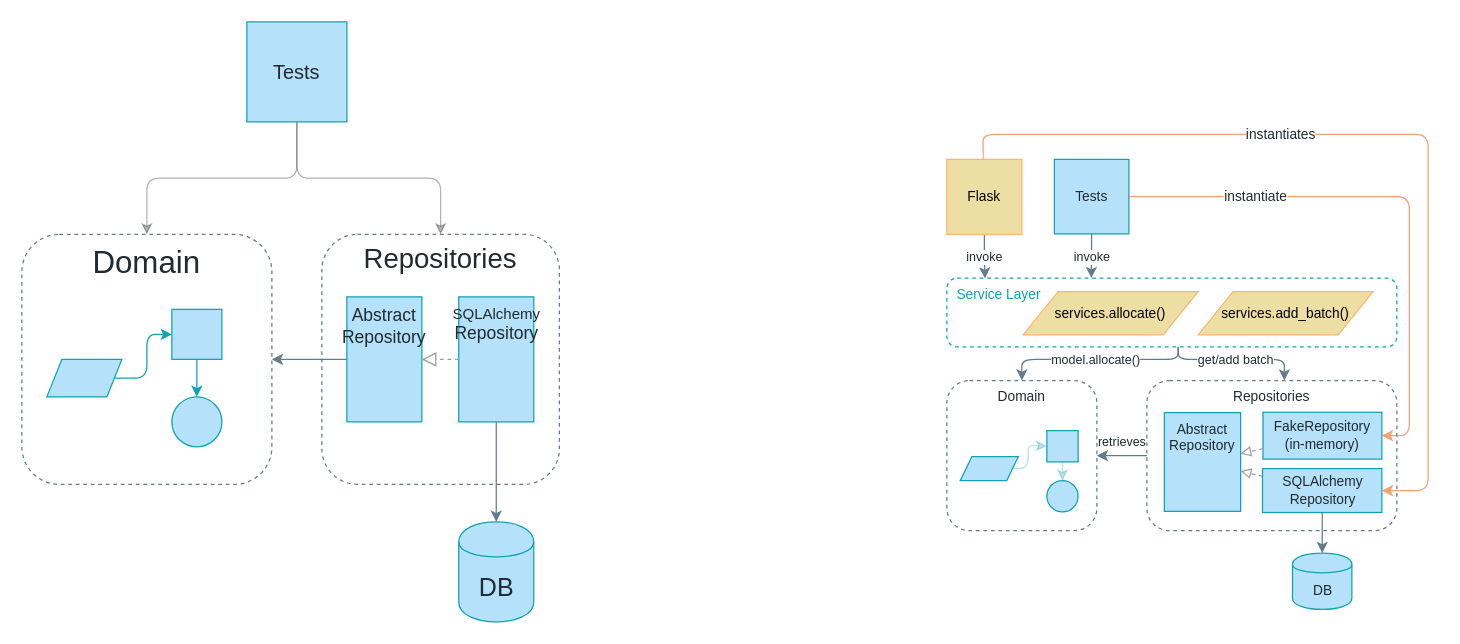
Earlier version of the draw.io diagram page "Chapter 4" (3 of 11) of maps.drawio (cosmicpython/book). Source tidied: cells renumbered, new cells numbered last; positions are measured from the earlier drawing's top-left corner, leaving out a move shared by most shapes. Both pictures are drawn from the tidied source at 125%, with x=0, y=0 at pixel (21, 21).
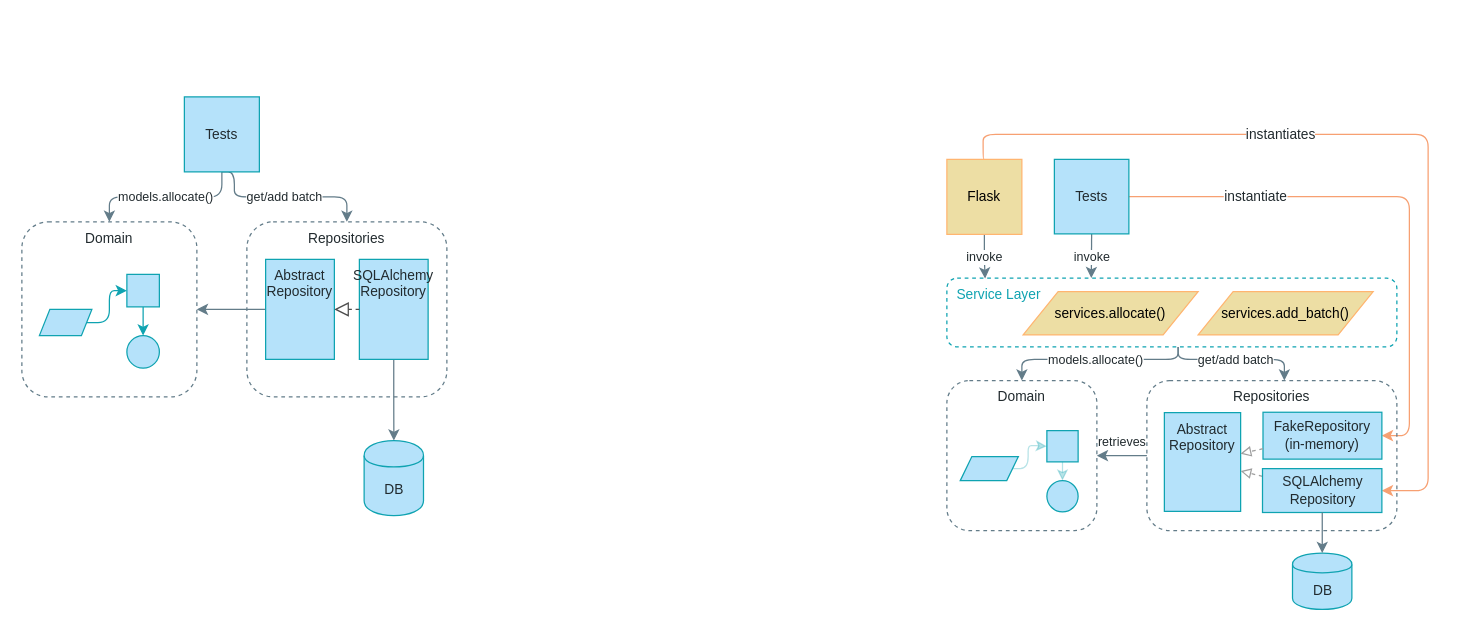
Above is the later version.

Unchanged cells that the change refers to:
```xml
<mxCell id="15" value="&amp;nbsp; Service Layer" style="rounded=1;whiteSpace=wrap;html=1;fontFamily=Guardian Sans Cond Light;verticalAlign=top;fontSize=11;fontColor=#0FA3B1;fillColor=none;strokeColor=#0FA3B1;fontStyle=0;dashed=1;align=left;" parent="1" vertex="1">
  <mxGeometry x="740" y="205" width="360" height="55" as="geometry" />
</mxCell>
<mxCell id="34" value="&lt;font style=&quot;font-size: 11px;&quot;&gt;Domain&lt;br style=&quot;font-size: 11px;&quot;&gt;&lt;/font&gt;" style="rounded=1;whiteSpace=wrap;html=1;fontFamily=Guardian Sans Cond Light;verticalAlign=top;fontSize=11;fontColor=#212A2E;fillColor=none;strokeColor=#637C89;dashed=1;" parent="33" vertex="1">
  <mxGeometry width="120" height="120" as="geometry" />
</mxCell>
```

What changed in the source:
```diff
@@
-    <mxCell id="3" style="edgeStyle=orthogonalEdgeStyle;rounded=1;jumpStyle=arc;jettySize=auto;html=1;fontSize=18;fontColor=#0FA3B1;opacity=30;entryX=0.5;entryY=0;entryDx=0;entryDy=0;" parent="1" edge="1" source="5" target="26">
-      <mxGeometry relative="1" as="geometry" />
+    <mxCell id="3" value="models.allocate()" style="edgeStyle=orthogonalEdgeStyle;rounded=1;jumpStyle=arc;jettySize=auto;html=1;fontSize=10;fontColor=#212A2E;entryX=0.5;entryY=0;entryDx=0;entryDy=0;fontFamily=Guardian Sans Cond Light;strokeColor=#637C89;fillColor=#B5E2FA;exitX=0.5;exitY=1;exitDx=0;exitDy=0;" parent="1" edge="1" source="5" target="26">
+      <mxGeometry relative="1" as="geometry">
+        <Array as="points">
+          <mxPoint x="160" y="140" />
+          <mxPoint x="70" y="140" />
+        </Array>
+      </mxGeometry>
     </mxCell>
-    <mxCell id="4" style="edgeStyle=orthogonalEdgeStyle;rounded=1;jumpStyle=arc;jettySize=auto;html=1;fontSize=18;fontColor=#0FA3B1;opacity=30;entryX=0.5;entryY=0;entryDx=0;entryDy=0;" parent="1" edge="1" source="5" target="19">
-      <mxGeometry relative="1" as="geometry" />
+    <mxCell id="4" value="get/add batch" style="edgeStyle=orthogonalEdgeStyle;rounded=1;jumpStyle=arc;jettySize=auto;html=1;fontSize=10;fontColor=#212A2E;entryX=0.5;entryY=0;entryDx=0;entryDy=0;fontFamily=Guardian Sans Cond Light;strokeColor=#637C89;fillColor=#B5E2FA;exitX=0.5;exitY=1;exitDx=0;exitDy=0;" parent="1" edge="1" source="5" target="19">
+      <mxGeometry relative="1" as="geometry">
+        <Array as="points">
+          <mxPoint x="170" y="140" />
+          <mxPoint x="260" y="140" />
+        </Array>
+      </mxGeometry>
     </mxCell>
-    <mxCell id="5" value="Tests" style="whiteSpace=wrap;html=1;strokeColor=#0FA3B1;fillColor=#B5E2FA;gradientColor=none;fontFamily=Guardian Sans Cond Light;fontSize=16;fontColor=#212A2E;" parent="1" vertex="1">
-      <mxGeometry x="180" width="80" height="80" as="geometry" />
+    <mxCell id="5" value="Tests" style="whiteSpace=wrap;html=1;strokeColor=#0FA3B1;fillColor=#B5E2FA;gradientColor=none;fontFamily=Guardian Sans Cond Light;fontSize=11;fontColor=#212A2E;" parent="1" vertex="1">
+      <mxGeometry x="130" y="60" width="60" height="60" as="geometry" />
     </mxCell>
@@
-    <mxCell id="13" value="model.allocate()" style="edgeStyle=orthogonalEdgeStyle;rounded=1;jumpStyle=arc;jettySize=auto;html=1;fontSize=10;entryX=0.5;entryY=0;entryDx=0;entryDy=0;fontFamily=Guardian Sans Cond Light;fontColor=#212A2E;strokeColor=#637C89;fillColor=#B5E2FA;" parent="1" edge="1" source="15" target="34">
+    <mxCell id="13" value="models.allocate()" style="edgeStyle=orthogonalEdgeStyle;rounded=1;jumpStyle=arc;jettySize=auto;html=1;fontSize=10;entryX=0.5;entryY=0;entryDx=0;entryDy=0;fontFamily=Guardian Sans Cond Light;fontColor=#212A2E;strokeColor=#637C89;fillColor=#B5E2FA;" parent="1" edge="1" source="15" target="34">
       <mxGeometry relative="1" as="geometry">
         <Array as="points">
           <mxPoint x="925" y="270" />
           <mxPoint x="800" y="270" />
         </Array>
       </mxGeometry>
     </mxCell>
@@
-    <mxCell id="18" style="edgeStyle=orthogonalEdgeStyle;jettySize=auto;html=1;strokeColor=#637C89;fillColor=#B5E2FA;fontFamily=Guardian Sans Cond Light;fontSize=12;fontColor=#212A2E;" parent="1" edge="1" source="20" target="26">
+    <mxCell id="18" style="edgeStyle=orthogonalEdgeStyle;jettySize=auto;html=1;strokeColor=#637C89;fillColor=#B5E2FA;fontFamily=Guardian Sans Cond Light;fontSize=11;fontColor=#212A2E;" parent="1" edge="1" source="20" target="26">
       <mxGeometry relative="1" as="geometry" />
     </mxCell>
-    <mxCell id="19" value="&lt;font style=&quot;font-size: 22px;&quot; color=&quot;#212A2E&quot;&gt;Repositories&lt;/font&gt;" style="whiteSpace=wrap;html=1;strokeColor=#637C89;fillColor=none;gradientColor=none;fontFamily=Guardian Sans Cond Light;fontSize=22;fontColor=#000000;verticalAlign=top;rounded=1;dashed=1;" parent="1" vertex="1">
-      <mxGeometry x="240" y="170" width="190" height="200" as="geometry" />
-    </mxCell>
-    <mxCell id="20" value="&lt;font style=&quot;font-size: 14px;&quot; color=&quot;#212A2E&quot;&gt;Abstract Repository&lt;br style=&quot;font-size: 14px;&quot;&gt;&lt;/font&gt;" style="whiteSpace=wrap;html=1;strokeColor=#0FA3B1;fillColor=#B5E2FA;gradientColor=none;fontFamily=Guardian Sans Cond Light;fontSize=14;fontColor=#212A2E;verticalAlign=top;" parent="1" vertex="1">
-      <mxGeometry x="260" y="220" width="60" height="100" as="geometry" />
-    </mxCell>
-    <mxCell id="21" style="edgeStyle=orthogonalEdgeStyle;rounded=1;jettySize=auto;html=1;exitX=0.5;exitY=1;exitDx=0;exitDy=0;fontFamily=Guardian Sans Cond Light;fontSize=12;strokeColor=#637C89;fontColor=#212A2E;fillColor=#B5E2FA;" parent="1" edge="1" source="22" target="24">
+    <mxCell id="21" style="edgeStyle=orthogonalEdgeStyle;rounded=1;jettySize=auto;html=1;fontFamily=Guardian Sans Cond Light;fontSize=11;strokeColor=#637C89;fontColor=#212A2E;fillColor=#B5E2FA;" parent="1" edge="1" source="22" target="24">
       <mxGeometry relative="1" as="geometry" />
     </mxCell>
-    <mxCell id="22" value="SQLAlchemy&lt;br style=&quot;font-size: 12px&quot;&gt;&lt;font style=&quot;font-size: 14px&quot;&gt;Repository&lt;/font&gt;" style="whiteSpace=wrap;html=1;strokeColor=#0FA3B1;fillColor=#B5E2FA;gradientColor=none;fontFamily=Guardian Sans Cond Light;fontSize=12;fontColor=#212A2E;verticalAlign=top;" parent="1" vertex="1">
-      <mxGeometry x="349.5" y="220" width="60" height="100" as="geometry" />
-    </mxCell>
-    <mxCell id="23" value="&lt;div&gt;&lt;br&gt;&lt;/div&gt;" style="endArrow=block;dashed=1;endFill=0;endSize=9;html=1;strokeColor=#9E9E9E;fillColor=#B5E2FA;fontFamily=Guardian Sans Cond Light;fontSize=12;fontColor=#212A2E;startSize=4;entryX=1;entryY=0.5;entryDx=0;entryDy=0;exitX=0;exitY=0.5;exitDx=0;exitDy=0;labelPosition=center;verticalLabelPosition=top;align=center;verticalAlign=bottom;spacingBottom=5;" parent="1" edge="1" source="22" target="20">
-      <mxGeometry relative="1" as="geometry" />
-    </mxCell>
-    <mxCell id="24" value="DB" style="shape=cylinder;whiteSpace=wrap;html=1;boundedLbl=1;backgroundOutline=1;strokeColor=#0FA3B1;fillColor=#B5E2FA;fontSize=20;fontColor=#212A2E;gradientColor=none;fontFamily=Guardian Sans Cond Light;" parent="1" vertex="1">
-      <mxGeometry x="349.5" y="400" width="60" height="80" as="geometry" />
+    <mxCell id="24" value="DB" style="shape=cylinder;whiteSpace=wrap;html=1;boundedLbl=1;backgroundOutline=1;strokeColor=#0FA3B1;fillColor=#B5E2FA;fontSize=11;fontColor=#212A2E;gradientColor=none;fontFamily=Guardian Sans Cond Light;" parent="1" vertex="1">
+      <mxGeometry x="273.8" y="335" width="47.5" height="60" as="geometry" />
     </mxCell>
-    <mxCell id="25" style="group;" parent="1" vertex="1">
-      <mxGeometry y="170" width="200" height="200" as="geometry" />
+    <mxCell id="25" style="group;fontSize=11;" parent="1" vertex="1">
+      <mxGeometry y="160" width="140" height="140" as="geometry" />
     </mxCell>
-    <mxCell id="26" value="Domain" style="rounded=1;whiteSpace=wrap;html=1;fontFamily=Guardian Sans Cond Light;verticalAlign=top;fontSize=25;fontColor=#212A2E;fillColor=none;strokeColor=#637C89;dashed=1;" parent="25" vertex="1">
-      <mxGeometry width="200" height="200" as="geometry" />
+    <mxCell id="26" value="Domain" style="rounded=1;whiteSpace=wrap;html=1;fontFamily=Guardian Sans Cond Light;verticalAlign=top;fontSize=11;fontColor=#212A2E;fillColor=none;strokeColor=#637C89;dashed=1;" parent="25" vertex="1">
+      <mxGeometry width="140" height="140" as="geometry" />
     </mxCell>
-    <mxCell id="27" style="whiteSpace=wrap;html=1;fontSize=22;strokeColor=#0FA3B1;fillColor=#B5E2FA;fontFamily=Guardian Sans Cond Light;" parent="25" vertex="1">
-      <mxGeometry x="120" y="60" width="40" height="40" as="geometry" />
+    <mxCell id="27" style="whiteSpace=wrap;html=1;fontSize=11;strokeColor=#0FA3B1;fillColor=#B5E2FA;fontFamily=Guardian Sans Cond Light;" parent="25" vertex="1">
+      <mxGeometry x="84" y="42" width="26" height="26" as="geometry" />
     </mxCell>
-    <mxCell id="28" style="ellipse;whiteSpace=wrap;html=1;fontSize=20;strokeColor=#0FA3B1;fillColor=#B5E2FA;fontFamily=Guardian Sans Cond Light;" parent="25" vertex="1">
-      <mxGeometry x="120" y="130" width="40" height="40" as="geometry" />
+    <mxCell id="28" style="ellipse;whiteSpace=wrap;html=1;fontSize=11;strokeColor=#0FA3B1;fillColor=#B5E2FA;fontFamily=Guardian Sans Cond Light;" parent="25" vertex="1">
+      <mxGeometry x="84" y="91" width="26" height="26" as="geometry" />
     </mxCell>
-    <mxCell id="29" style="edgeStyle=orthogonalEdgeStyle;jettySize=auto;html=1;fontSize=14;strokeColor=#0FA3B1;fillColor=#B5E2FA;" parent="25" edge="1" source="27" target="28">
+    <mxCell id="29" style="edgeStyle=orthogonalEdgeStyle;jettySize=auto;html=1;fontSize=11;strokeColor=#0FA3B1;fillColor=#B5E2FA;" parent="25" edge="1" source="27" target="28">
       <mxGeometry relative="1" as="geometry" />
     </mxCell>
-    <mxCell id="30" style="edgeStyle=orthogonalEdgeStyle;rounded=1;jettySize=auto;html=1;fontSize=14;strokeColor=#0FA3B1;entryX=0;entryY=0.5;entryDx=0;entryDy=0;exitX=1;exitY=0.5;exitDx=0;exitDy=0;" parent="25" edge="1" source="31" target="27">
-      <mxGeometry relative="1" as="geometry" />
+    <mxCell id="30" style="edgeStyle=orthogonalEdgeStyle;rounded=1;jettySize=auto;html=1;fontSize=11;strokeColor=#0FA3B1;entryX=0;entryY=0.5;entryDx=0;entryDy=0;exitX=1;exitY=0.5;exitDx=0;exitDy=0;" parent="25" edge="1" source="31" target="27">
+      <mxGeometry relative="1" as="geometry">
+        <Array as="points">
+          <mxPoint x="70" y="80" />
+          <mxPoint x="70" y="55" />
+        </Array>
+      </mxGeometry>
     </mxCell>
-    <mxCell id="31" style="shape=parallelogram;perimeter=parallelogramPerimeter;whiteSpace=wrap;html=1;strokeColor=#0FA3B1;fillColor=#B5E2FA;fontFamily=Guardian Sans Cond Light;fontSize=22;align=center;" parent="25" vertex="1">
-      <mxGeometry x="20" y="100" width="60" height="30" as="geometry" />
+    <mxCell id="31" style="shape=parallelogram;perimeter=parallelogramPerimeter;whiteSpace=wrap;html=1;strokeColor=#0FA3B1;fillColor=#B5E2FA;fontFamily=Guardian Sans Cond Light;fontSize=11;align=center;" parent="25" vertex="1">
+      <mxGeometry x="14" y="70" width="42" height="21" as="geometry" />
     </mxCell>
@@
+    <mxCell id="19" value="&lt;font style=&quot;font-size: 11px;&quot; color=&quot;#212A2E&quot;&gt;Repositories&lt;/font&gt;" style="whiteSpace=wrap;html=1;strokeColor=#637C89;fillColor=none;gradientColor=none;fontFamily=Guardian Sans Cond Light;fontSize=11;fontColor=#000000;verticalAlign=top;rounded=1;dashed=1;" parent="1" vertex="1">
+      <mxGeometry x="180" y="160" width="160" height="140" as="geometry" />
+    </mxCell>
+    <mxCell id="20" value="&lt;font style=&quot;font-size: 11px;&quot; color=&quot;#212A2E&quot;&gt;Abstract Repository&lt;br style=&quot;font-size: 11px;&quot;&gt;&lt;/font&gt;" style="whiteSpace=wrap;html=1;strokeColor=#0FA3B1;fillColor=#B5E2FA;gradientColor=none;fontFamily=Guardian Sans Cond Light;fontSize=11;fontColor=#212A2E;verticalAlign=top;" parent="1" vertex="1">
+      <mxGeometry x="195" y="190" width="55" height="80" as="geometry" />
+    </mxCell>
+    <mxCell id="22" value="SQLAlchemy&lt;br style=&quot;font-size: 11px;&quot;&gt;&lt;font style=&quot;font-size: 11px;&quot;&gt;Repository&lt;/font&gt;" style="whiteSpace=wrap;html=1;strokeColor=#0FA3B1;fillColor=#B5E2FA;gradientColor=none;fontFamily=Guardian Sans Cond Light;fontSize=11;fontColor=#212A2E;verticalAlign=top;" parent="1" vertex="1">
+      <mxGeometry x="270" y="190" width="55" height="80" as="geometry" />
+    </mxCell>
+    <mxCell id="23" value="&lt;div style=&quot;font-size: 11px;&quot;&gt;&lt;br style=&quot;font-size: 11px;&quot;&gt;&lt;/div&gt;" style="endArrow=block;dashed=1;endFill=0;endSize=9;html=1;strokeColor=#4D4D4D;fillColor=#B5E2FA;fontFamily=Guardian Sans Cond Light;fontSize=11;fontColor=#212A2E;startSize=4;entryX=1;entryY=0.5;entryDx=0;entryDy=0;exitX=0;exitY=0.5;exitDx=0;exitDy=0;labelPosition=center;verticalLabelPosition=top;align=center;verticalAlign=bottom;spacingBottom=5;" parent="1" edge="1" source="22" target="20">
+      <mxGeometry relative="1" as="geometry" />
+    </mxCell>
```
